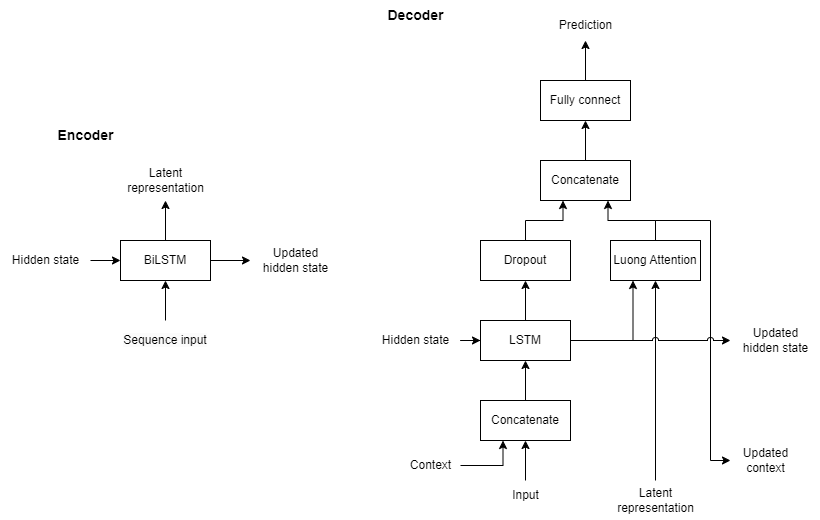
This is assets/images/net_encoder_decoder.png from mbkers/ship-trajectory-prediction, a draw.io export, as it was before one commit. Source tidied: cells renumbered, new cells last; positions are measured from the earlier drawing's top-left corner, leaving out a move shared by most shapes. The source it was exported from:
```xml
<mxGraphModel>
  <root>
    <mxCell id="0" />
    <mxCell id="1" parent="0" />
    <mxCell id="2" style="edgeStyle=orthogonalEdgeStyle;rounded=0;jettySize=auto;html=1;exitX=1;exitY=0.5;exitDx=0;exitDy=0;" parent="1" edge="1" source="4" target="9">
      <mxGeometry relative="1" as="geometry" />
    </mxCell>
    <mxCell id="3" style="edgeStyle=orthogonalEdgeStyle;rounded=0;jettySize=auto;html=1;exitX=0.5;exitY=0;exitDx=0;exitDy=0;" parent="1" edge="1" source="4" target="10">
      <mxGeometry relative="1" as="geometry" />
    </mxCell>
    <mxCell id="4" value="BiLSTM" style="rounded=0;whiteSpace=wrap;html=1;" parent="1" vertex="1">
      <mxGeometry x="120" y="240" width="90" height="40" as="geometry" />
    </mxCell>
    <mxCell id="5" style="edgeStyle=orthogonalEdgeStyle;rounded=0;jettySize=auto;html=1;" parent="1" edge="1" source="6" target="4">
      <mxGeometry relative="1" as="geometry" />
    </mxCell>
    <mxCell id="6" value="&lt;span style=&quot;color: rgb(0, 0, 0); font-family: Helvetica; font-size: 12px; font-style: normal; font-variant-ligatures: normal; font-variant-caps: normal; font-weight: 400; letter-spacing: normal; orphans: 2; text-indent: 0px; text-transform: none; widows: 2; word-spacing: 0px; -webkit-text-stroke-width: 0px; background-color: rgb(251, 251, 251); text-decoration-thickness: initial; text-decoration-style: initial; text-decoration-color: initial; float: none; display: inline !important;&quot;&gt;Sequence input&lt;/span&gt;" style="text;whiteSpace=wrap;html=1;align=center;verticalAlign=middle;" parent="1" vertex="1">
      <mxGeometry x="105" y="320" width="120" height="40" as="geometry" />
    </mxCell>
    <mxCell id="7" style="edgeStyle=orthogonalEdgeStyle;rounded=0;jettySize=auto;html=1;" parent="1" edge="1" source="8" target="4">
      <mxGeometry relative="1" as="geometry" />
    </mxCell>
    <mxCell id="8" value="Hidden state" style="text;html=1;align=center;verticalAlign=middle;points=[];strokeColor=none;fillColor=none;" parent="1" vertex="1">
      <mxGeometry y="245" width="90" height="30" as="geometry" />
    </mxCell>
    <mxCell id="9" value="Updated&lt;br&gt;hidden state" style="text;html=1;align=center;verticalAlign=middle;points=[];strokeColor=none;fillColor=none;" parent="1" vertex="1">
      <mxGeometry x="250" y="240" width="90" height="40" as="geometry" />
    </mxCell>
    <mxCell id="10" value="Latent&lt;br&gt;representation" style="text;html=1;align=center;verticalAlign=middle;points=[];strokeColor=none;fillColor=none;" parent="1" vertex="1">
      <mxGeometry x="115" y="160" width="100" height="40" as="geometry" />
    </mxCell>
    <mxCell id="11" value="Encoder" style="text;html=1;align=center;verticalAlign=middle;strokeColor=none;fillColor=none;fontSize=14;fontStyle=1;" parent="1" vertex="1">
      <mxGeometry x="45" y="120" width="80" height="30" as="geometry" />
    </mxCell>
    <mxCell id="12" style="edgeStyle=orthogonalEdgeStyle;rounded=0;jettySize=auto;html=1;exitX=0.5;exitY=0;exitDx=0;exitDy=0;" parent="1" edge="1" source="13" target="16">
      <mxGeometry relative="1" as="geometry" />
    </mxCell>
    <mxCell id="13" value="Concatenate" style="rounded=0;whiteSpace=wrap;html=1;" parent="1" vertex="1">
      <mxGeometry x="480" y="400" width="90" height="40" as="geometry" />
    </mxCell>
    <mxCell id="14" style="edgeStyle=orthogonalEdgeStyle;rounded=0;jettySize=auto;html=1;exitX=0.5;exitY=0;exitDx=0;exitDy=0;entryX=0.5;entryY=1;entryDx=0;entryDy=0;" parent="1" edge="1" source="16" target="18">
      <mxGeometry relative="1" as="geometry" />
    </mxCell>
    <mxCell id="15" style="edgeStyle=orthogonalEdgeStyle;rounded=0;jettySize=auto;html=1;exitX=1;exitY=0.5;exitDx=0;exitDy=0;entryX=0.25;entryY=1;entryDx=0;entryDy=0;" parent="1" edge="1" source="16" target="20">
      <mxGeometry relative="1" as="geometry" />
    </mxCell>
    <mxCell id="16" value="LSTM" style="rounded=0;whiteSpace=wrap;html=1;" parent="1" vertex="1">
      <mxGeometry x="480" y="320" width="90" height="40" as="geometry" />
    </mxCell>
    <mxCell id="17" style="edgeStyle=orthogonalEdgeStyle;rounded=0;jettySize=auto;html=1;exitX=0.5;exitY=0;exitDx=0;exitDy=0;entryX=0.25;entryY=1;entryDx=0;entryDy=0;" parent="1" edge="1" source="18" target="22">
      <mxGeometry relative="1" as="geometry" />
    </mxCell>
    <mxCell id="18" value="Dropout" style="rounded=0;whiteSpace=wrap;html=1;" parent="1" vertex="1">
      <mxGeometry x="480" y="240" width="90" height="40" as="geometry" />
    </mxCell>
    <mxCell id="19" style="edgeStyle=orthogonalEdgeStyle;rounded=0;jettySize=auto;html=1;entryX=0.75;entryY=1;entryDx=0;entryDy=0;" parent="1" edge="1" source="20" target="22">
      <mxGeometry relative="1" as="geometry" />
    </mxCell>
    <mxCell id="20" value="Luong Attention" style="rounded=0;whiteSpace=wrap;html=1;" parent="1" vertex="1">
      <mxGeometry x="610" y="240" width="90" height="40" as="geometry" />
    </mxCell>
    <mxCell id="21" style="edgeStyle=orthogonalEdgeStyle;rounded=0;jettySize=auto;html=1;" parent="1" edge="1" source="22" target="24">
      <mxGeometry relative="1" as="geometry" />
    </mxCell>
    <mxCell id="22" value="Concatenate" style="rounded=0;whiteSpace=wrap;html=1;" parent="1" vertex="1">
      <mxGeometry x="540" y="160" width="90" height="40" as="geometry" />
    </mxCell>
    <mxCell id="23" style="edgeStyle=orthogonalEdgeStyle;rounded=0;jettySize=auto;html=1;" parent="1" edge="1" source="24" target="25">
      <mxGeometry relative="1" as="geometry" />
    </mxCell>
    <mxCell id="24" value="Fully connect" style="rounded=0;whiteSpace=wrap;html=1;" parent="1" vertex="1">
      <mxGeometry x="540" y="80" width="90" height="40" as="geometry" />
    </mxCell>
    <mxCell id="25" value="Prediction" style="text;html=1;align=center;verticalAlign=middle;points=[];strokeColor=none;fillColor=none;" parent="1" vertex="1">
      <mxGeometry x="545" y="10" width="80" height="30" as="geometry" />
    </mxCell>
    <mxCell id="26" value="Decoder" style="text;html=1;align=center;verticalAlign=middle;strokeColor=none;fillColor=none;fontSize=14;fontStyle=1;" parent="1" vertex="1">
      <mxGeometry x="375" width="80" height="30" as="geometry" />
    </mxCell>
    <mxCell id="27" style="edgeStyle=orthogonalEdgeStyle;rounded=0;jettySize=auto;html=1;entryX=0.25;entryY=1;entryDx=0;entryDy=0;" parent="1" edge="1" source="28" target="13">
      <mxGeometry relative="1" as="geometry" />
    </mxCell>
    <mxCell id="28" value="Context" style="text;html=1;align=center;verticalAlign=middle;points=[];strokeColor=none;fillColor=none;" parent="1" vertex="1">
      <mxGeometry x="400" y="450" width="60" height="30" as="geometry" />
    </mxCell>
    <mxCell id="29" style="edgeStyle=orthogonalEdgeStyle;rounded=0;jettySize=auto;html=1;" parent="1" edge="1" source="30" target="13">
      <mxGeometry relative="1" as="geometry" />
    </mxCell>
    <mxCell id="30" value="Input" style="text;html=1;align=center;verticalAlign=middle;points=[];strokeColor=none;fillColor=none;" parent="1" vertex="1">
      <mxGeometry x="500" y="480" width="50" height="30" as="geometry" />
    </mxCell>
    <mxCell id="31" style="edgeStyle=orthogonalEdgeStyle;rounded=0;jettySize=auto;html=1;" parent="1" edge="1" source="32" target="16">
      <mxGeometry relative="1" as="geometry" />
    </mxCell>
    <mxCell id="32" value="Hidden state" style="text;html=1;align=center;verticalAlign=middle;points=[];strokeColor=none;fillColor=none;" parent="1" vertex="1">
      <mxGeometry x="370" y="325" width="90" height="30" as="geometry" />
    </mxCell>
    <mxCell id="33" value="Updated&lt;br&gt;hidden state" style="text;html=1;align=center;verticalAlign=middle;points=[];strokeColor=none;fillColor=none;" parent="1" vertex="1">
      <mxGeometry x="730" y="320" width="90" height="40" as="geometry" />
    </mxCell>
    <mxCell id="34" style="edgeStyle=orthogonalEdgeStyle;rounded=0;jettySize=auto;html=1;entryX=0.5;entryY=1;entryDx=0;entryDy=0;" parent="1" edge="1" source="35" target="20">
      <mxGeometry relative="1" as="geometry" />
    </mxCell>
    <mxCell id="35" value="Latent&lt;br&gt;representation" style="text;html=1;align=center;verticalAlign=middle;points=[];strokeColor=none;fillColor=none;" parent="1" vertex="1">
      <mxGeometry x="605" y="480" width="100" height="40" as="geometry" />
    </mxCell>
    <mxCell id="36" value="Updated&lt;br&gt;context" style="text;html=1;align=center;verticalAlign=middle;points=[];strokeColor=none;fillColor=none;" parent="1" vertex="1">
      <mxGeometry x="730" y="440" width="70" height="40" as="geometry" />
    </mxCell>
    <mxCell id="37" style="edgeStyle=orthogonalEdgeStyle;rounded=0;jettySize=auto;html=1;exitX=0.5;exitY=0;exitDx=0;exitDy=0;entryX=0;entryY=0.5;entryDx=0;entryDy=0;entryPerimeter=0;" parent="1" edge="1" source="20" target="36">
      <mxGeometry relative="1" as="geometry">
        <Array as="points">
          <mxPoint x="655" y="220" />
          <mxPoint x="710" y="220" />
          <mxPoint x="710" y="460" />
        </Array>
      </mxGeometry>
    </mxCell>
    <mxCell id="38" style="edgeStyle=orthogonalEdgeStyle;rounded=0;jettySize=auto;html=1;exitX=1;exitY=0.5;exitDx=0;exitDy=0;jumpStyle=arc;" parent="1" edge="1" source="16" target="33">
      <mxGeometry relative="1" as="geometry" />
    </mxCell>
  </root>
</mxGraphModel>
```
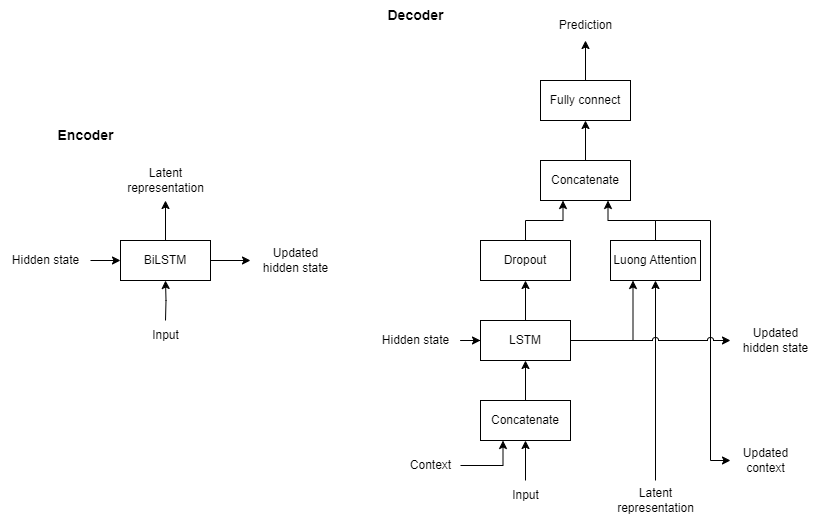
The same file after the commit.

Change to the diagram source:
```diff
@@ -11,12 +11,11 @@
     <mxCell id="4" value="BiLSTM" style="rounded=0;whiteSpace=wrap;html=1;" parent="1" vertex="1">
       <mxGeometry x="120" y="240" width="90" height="40" as="geometry" />
     </mxCell>
-    <mxCell id="5" style="edgeStyle=orthogonalEdgeStyle;rounded=0;jettySize=auto;html=1;" parent="1" edge="1" source="6" target="4">
-      <mxGeometry relative="1" as="geometry" />
+    <mxCell id="5" style="edgeStyle=orthogonalEdgeStyle;rounded=0;jettySize=auto;html=1;" parent="1" edge="1" target="4">
+      <mxGeometry relative="1" as="geometry">
+        <mxPoint x="165" y="320" as="sourcePoint" />
+      </mxGeometry>
     </mxCell>
-    <mxCell id="6" value="&lt;span style=&quot;color: rgb(0, 0, 0); font-family: Helvetica; font-size: 12px; font-style: normal; font-variant-ligatures: normal; font-variant-caps: normal; font-weight: 400; letter-spacing: normal; orphans: 2; text-indent: 0px; text-transform: none; widows: 2; word-spacing: 0px; -webkit-text-stroke-width: 0px; background-color: rgb(251, 251, 251); text-decoration-thickness: initial; text-decoration-style: initial; text-decoration-color: initial; float: none; display: inline !important;&quot;&gt;Sequence input&lt;/span&gt;" style="text;whiteSpace=wrap;html=1;align=center;verticalAlign=middle;" parent="1" vertex="1">
-      <mxGeometry x="105" y="320" width="120" height="40" as="geometry" />
-    </mxCell>
     <mxCell id="7" style="edgeStyle=orthogonalEdgeStyle;rounded=0;jettySize=auto;html=1;" parent="1" edge="1" source="8" target="4">
       <mxGeometry relative="1" as="geometry" />
     </mxCell>
@@ -119,5 +118,8 @@
     <mxCell id="38" style="edgeStyle=orthogonalEdgeStyle;rounded=0;jettySize=auto;html=1;exitX=1;exitY=0.5;exitDx=0;exitDy=0;jumpStyle=arc;" parent="1" edge="1" source="16" target="33">
       <mxGeometry relative="1" as="geometry" />
     </mxCell>
+    <mxCell id="39" value="Input" style="text;html=1;align=center;verticalAlign=middle;strokeColor=none;fillColor=none;" parent="1" vertex="1">
+      <mxGeometry x="140" y="320" width="50" height="30" as="geometry" />
+    </mxCell>
   </root>
 </mxGraphModel>
```
